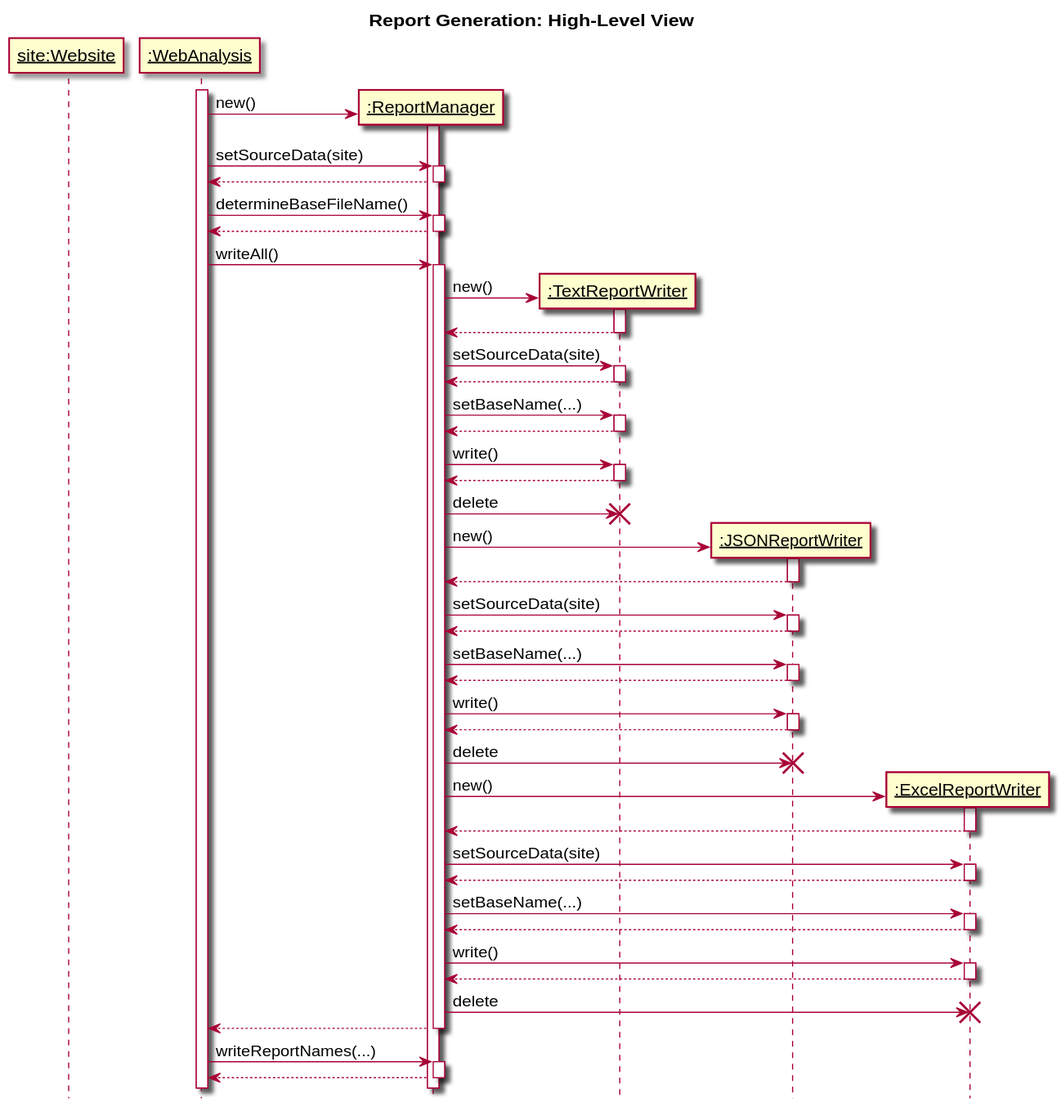
cstkennedy/Phase-3-Brainstorming-Web-Analysis keeps this PlantUML diagram as sequence_03.svg. Above is the earlier version.
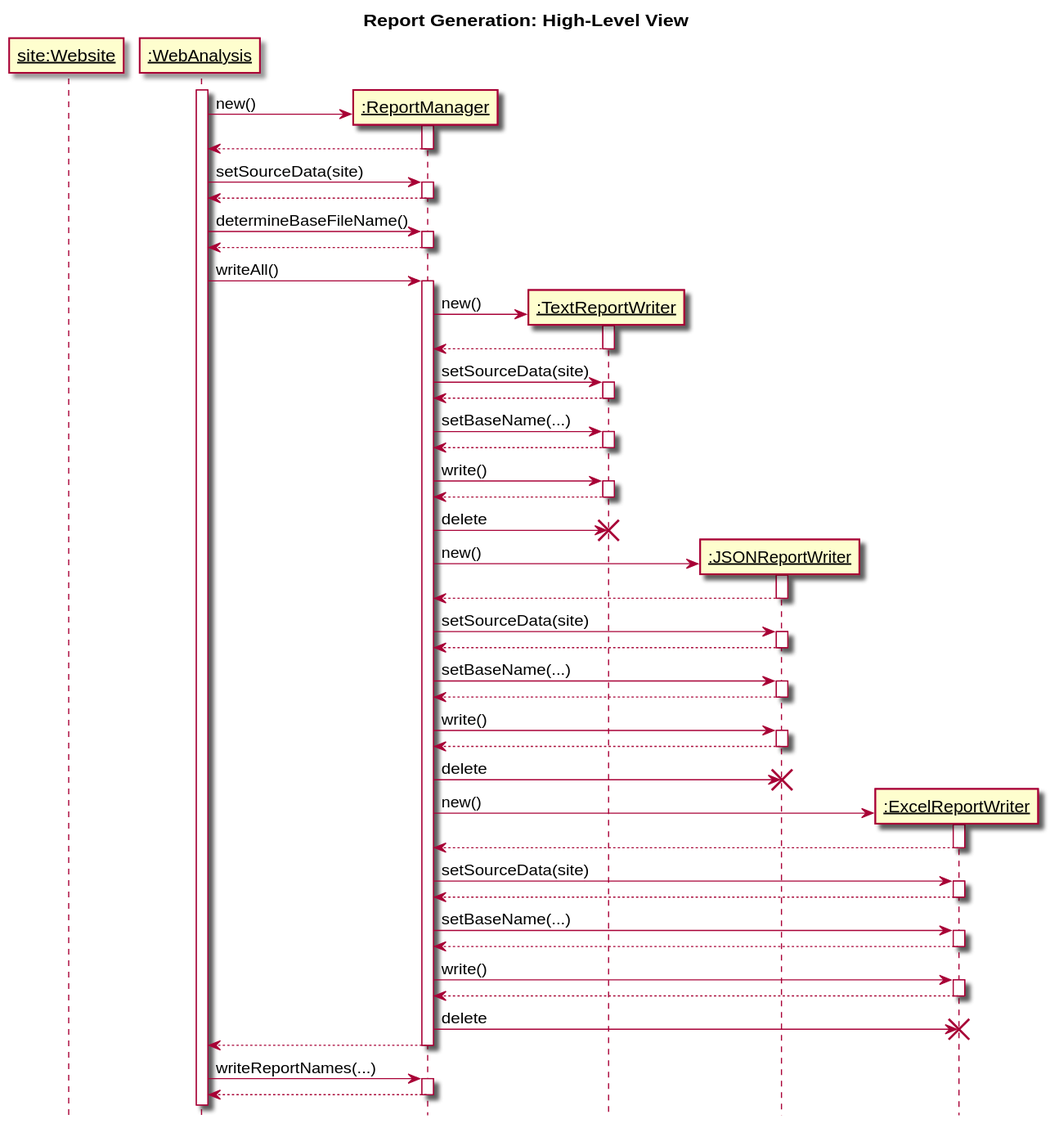
After the commit.

Commit message:
Add missing return

What changed in the source:
```diff
@@ -14,6 +14,7 @@
 create ":ReportManager" as manager
 
 driver -> manager: new()
+return
 driver -> manager: setSourceData(site)
 return
 
```
